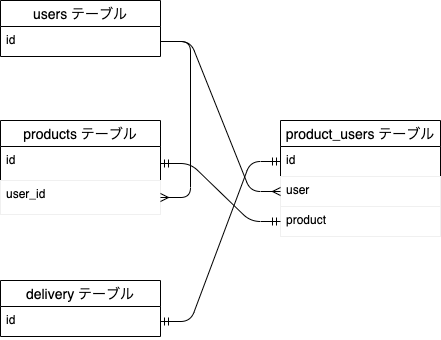
This is ER図.png from himupeki236/furima-29127, a draw.io export, as it was before one commit. Source tidied: cells renumbered, new cells last; positions are measured from the earlier drawing's top-left corner, leaving out a move shared by most shapes.
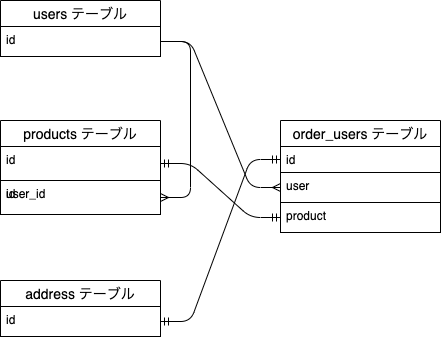
Later version of the same file.

What changed in the source:
```diff
@@ -2,28 +2,28 @@
   <root>
     <mxCell id="0" />
     <mxCell id="1" parent="0" />
-    <mxCell id="2" value="product_users テーブル" style="swimlane;fontStyle=0;horizontal=1;startSize=26;align=center;fontSize=14;" parent="1" vertex="1">
-      <mxGeometry x="280" y="120" width="160" height="116" as="geometry" />
+    <mxCell id="2" value="order_users テーブル" style="swimlane;fontStyle=0;horizontal=1;startSize=26;align=center;fontSize=14;strokeColor=#000000;" parent="1" vertex="1">
+      <mxGeometry x="280" y="120" width="160" height="112" as="geometry" />
     </mxCell>
-    <mxCell id="3" value="id" style="text;strokeColor=none;fillColor=none;spacingLeft=4;spacingRight=4;overflow=hidden;points=[[0,0.5],[1,0.5]];portConstraint=eastwest;fontSize=12;" parent="2" vertex="1">
-      <mxGeometry y="26" width="160" height="30" as="geometry" />
+    <mxCell id="3" value="id" style="text;spacingLeft=4;spacingRight=4;overflow=hidden;points=[[0,0.5],[1,0.5]];portConstraint=eastwest;fontSize=12;strokeColor=#000000;" parent="2" vertex="1">
+      <mxGeometry y="26" width="160" height="26" as="geometry" />
     </mxCell>
-    <mxCell id="4" value="user" style="text;fillColor=none;spacingLeft=4;spacingRight=4;overflow=hidden;points=[[0,0.5],[1,0.5]];portConstraint=eastwest;fontSize=12;strokeColor=#f0f0f0;" parent="2" vertex="1">
-      <mxGeometry y="56" width="160" height="30" as="geometry" />
+    <mxCell id="4" value="user" style="text;spacingLeft=4;spacingRight=4;overflow=hidden;points=[[0,0.5],[1,0.5]];portConstraint=eastwest;fontSize=12;strokeColor=#000000;" parent="2" vertex="1">
+      <mxGeometry y="52" width="160" height="30" as="geometry" />
     </mxCell>
-    <mxCell id="5" value="product" style="text;fillColor=none;spacingLeft=4;spacingRight=4;overflow=hidden;points=[[0,0.5],[1,0.5]];portConstraint=eastwest;fontSize=12;strokeColor=#f0f0f0;" parent="2" vertex="1">
-      <mxGeometry y="86" width="160" height="30" as="geometry" />
+    <mxCell id="5" value="product" style="text;spacingLeft=4;spacingRight=4;overflow=hidden;points=[[0,0.5],[1,0.5]];portConstraint=eastwest;fontSize=12;strokeColor=#000000;" parent="2" vertex="1">
+      <mxGeometry y="82" width="160" height="30" as="geometry" />
     </mxCell>
-    <mxCell id="6" value="products テーブル" style="swimlane;fontStyle=0;horizontal=1;startSize=26;align=center;fontSize=14;" parent="1" vertex="1">
+    <mxCell id="6" value="products テーブル" style="swimlane;fontStyle=0;horizontal=1;startSize=26;align=center;fontSize=14;strokeColor=#000000;" parent="1" vertex="1">
       <mxGeometry y="120" width="160" height="60" as="geometry" />
     </mxCell>
-    <mxCell id="7" value="id" style="text;strokeColor=none;fillColor=none;spacingLeft=4;spacingRight=4;overflow=hidden;points=[[0,0.5],[1,0.5]];portConstraint=eastwest;fontSize=12;" parent="6" vertex="1">
+    <mxCell id="7" value="id" style="text;fillColor=none;spacingLeft=4;spacingRight=4;overflow=hidden;points=[[0,0.5],[1,0.5]];portConstraint=eastwest;fontSize=12;strokeColor=#000000;" parent="6" vertex="1">
       <mxGeometry y="26" width="160" height="34" as="geometry" />
     </mxCell>
-    <mxCell id="8" value="users テーブル" style="swimlane;fontStyle=0;horizontal=1;startSize=26;align=center;fontSize=14;" parent="1" vertex="1">
+    <mxCell id="8" value="users テーブル" style="swimlane;fontStyle=0;horizontal=1;startSize=26;align=center;fontSize=14;strokeColor=#000000;" parent="1" vertex="1">
       <mxGeometry width="160" height="56" as="geometry" />
     </mxCell>
-    <mxCell id="9" value="id" style="text;strokeColor=none;fillColor=none;spacingLeft=4;spacingRight=4;overflow=hidden;points=[[0,0.5],[1,0.5]];portConstraint=eastwest;fontSize=12;" parent="8" vertex="1">
+    <mxCell id="9" value="id" style="text;fillColor=none;spacingLeft=4;spacingRight=4;overflow=hidden;points=[[0,0.5],[1,0.5]];portConstraint=eastwest;fontSize=12;strokeColor=#000000;" parent="8" vertex="1">
       <mxGeometry y="26" width="160" height="30" as="geometry" />
     </mxCell>
     <mxCell id="10" value="user_id" style="text;fillColor=none;spacingLeft=4;spacingRight=4;overflow=hidden;points=[[0,0.5],[1,0.5]];portConstraint=eastwest;fontSize=12;strokeColor=#f0f0f0;" parent="1" vertex="1">
@@ -32,10 +32,10 @@
     <mxCell id="11" style="edgeStyle=entityRelationEdgeStyle;fontSize=12;html=1;endArrow=ERmany;exitX=1;exitY=0.5;exitDx=0;exitDy=0;entryX=0;entryY=0.5;entryDx=0;entryDy=0;" parent="1" edge="1" source="9" target="4">
       <mxGeometry relative="1" as="geometry" />
     </mxCell>
-    <mxCell id="12" value="delivery テーブル" style="swimlane;fontStyle=0;horizontal=1;startSize=26;align=center;fontSize=14;" parent="1" vertex="1">
+    <mxCell id="12" value="address テーブル" style="swimlane;fontStyle=0;horizontal=1;startSize=26;align=center;fontSize=14;strokeColor=#000000;" parent="1" vertex="1">
       <mxGeometry y="280" width="160" height="56" as="geometry" />
     </mxCell>
-    <mxCell id="13" value="id" style="text;strokeColor=none;fillColor=none;spacingLeft=4;spacingRight=4;overflow=hidden;points=[[0,0.5],[1,0.5]];portConstraint=eastwest;fontSize=12;" parent="12" vertex="1">
+    <mxCell id="13" value="id" style="text;fillColor=none;spacingLeft=4;spacingRight=4;overflow=hidden;points=[[0,0.5],[1,0.5]];portConstraint=eastwest;fontSize=12;strokeColor=#000000;" parent="12" vertex="1">
       <mxGeometry y="26" width="160" height="30" as="geometry" />
     </mxCell>
     <mxCell id="14" style="edgeStyle=entityRelationEdgeStyle;fontSize=12;html=1;endArrow=ERmany;entryX=1;entryY=0.5;entryDx=0;entryDy=0;exitX=1;exitY=0.5;exitDx=0;exitDy=0;" parent="1" edge="1" source="9" target="10">
@@ -47,5 +47,8 @@
     <mxCell id="16" style="edgeStyle=entityRelationEdgeStyle;fontSize=12;html=1;endArrow=ERmandOne;startArrow=ERmandOne;entryX=0;entryY=0.5;entryDx=0;entryDy=0;exitX=1;exitY=0.5;exitDx=0;exitDy=0;" parent="1" edge="1" source="7" target="5">
       <mxGeometry relative="1" as="geometry" />
     </mxCell>
+    <mxCell id="17" value="id" style="text;fillColor=none;spacingLeft=4;spacingRight=4;overflow=hidden;fontSize=12;strokeColor=#000000;" parent="1" vertex="1">
+      <mxGeometry y="180" width="160" height="34" as="geometry" />
+    </mxCell>
   </root>
 </mxGraphModel>
```
